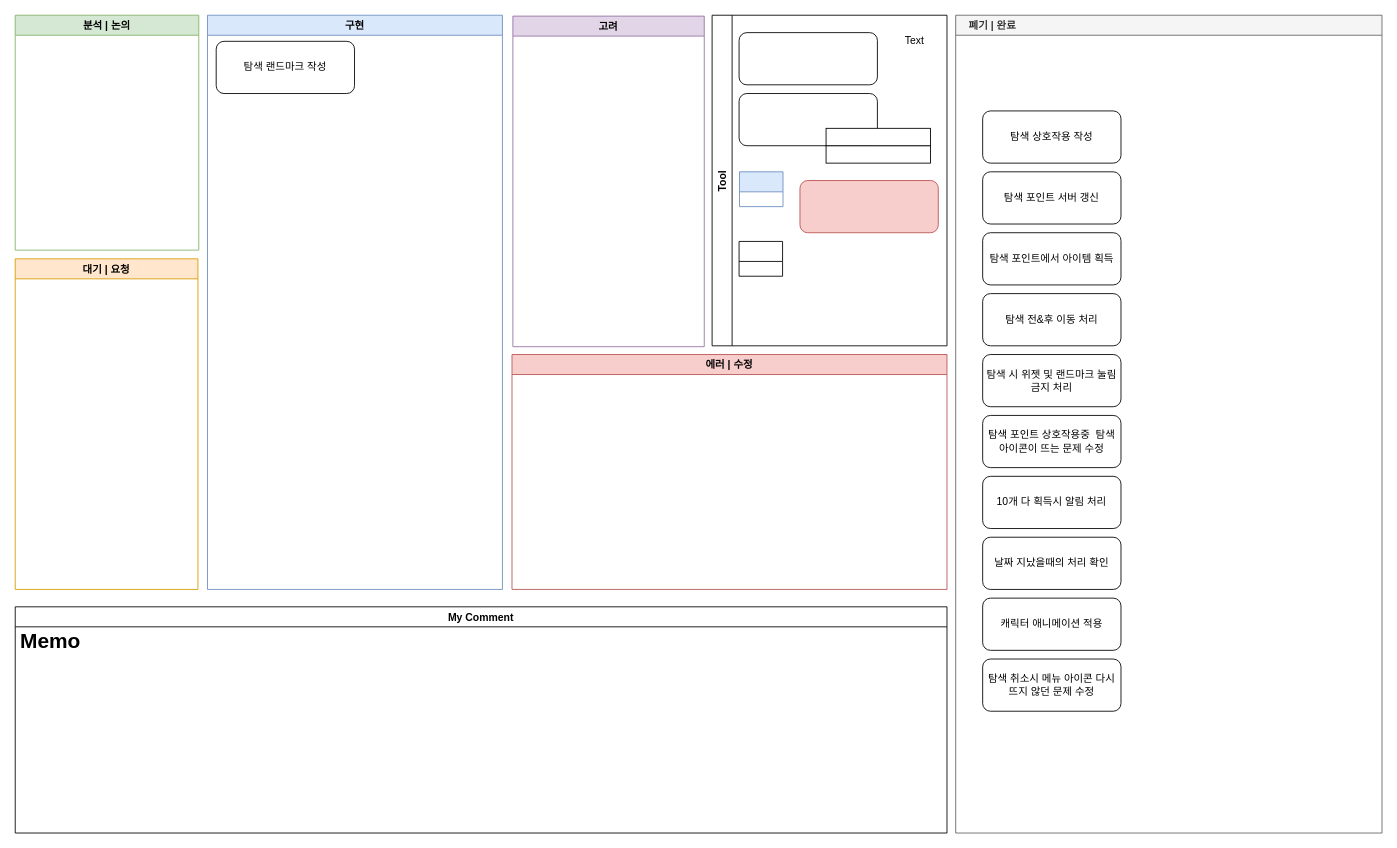
This is 던전 추천 마도사 진행상황.drawio from Endorr/Job-Board, a draw.io file, before an edit. Source tidied: cells renumbered, new cells numbered last; positions are measured from the earlier drawing's top-left corner, leaving out a move shared by most shapes. Both pictures are drawn from the tidied source at 87%, with x=0, y=0 at pixel (15, 15).
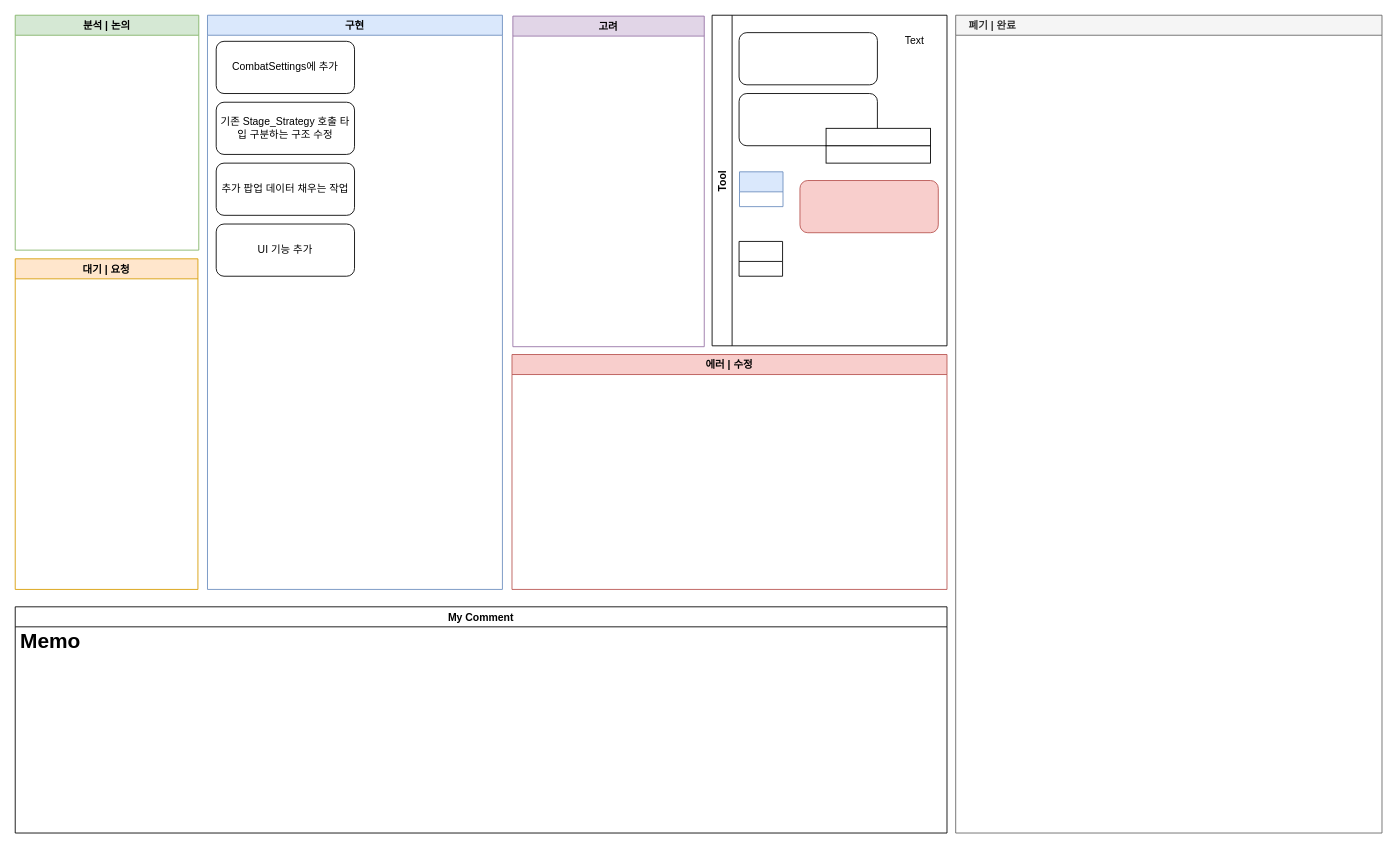
After the change.

Commit message:
던전 추천 마도사 진행상황.drawio 업데이트

The change refers to these unchanged cells:
```xml
<mxCell id="2" value="구현" style="swimlane;fillColor=#dae8fc;strokeColor=#6c8ebf;" parent="1" vertex="1">
  <mxGeometry x="221" width="339" height="660" as="geometry" />
</mxCell>
<mxCell id="8" value="    폐기 | 완료" style="swimlane;strokeColor=#666666;fillColor=#f5f5f5;fontColor=#333333;align=left;" parent="1" vertex="1">
  <mxGeometry x="1081" width="490" height="940" as="geometry" />
</mxCell>
```

What changed in the source:
```diff
@@
-    <mxCell id="3" value="탐색 랜드마크 작성" style="rounded=1;whiteSpace=wrap;html=1;" parent="2" vertex="1">
+    <mxCell id="3" value="CombatSettings에 추가" style="rounded=1;whiteSpace=wrap;html=1;" parent="2" vertex="1">
       <mxGeometry x="10" y="30" width="159" height="60" as="geometry" />
     </mxCell>
+    <mxCell id="31" value="기존 Stage_Strategy 호출 타입 구분하는 구조 수정" style="rounded=1;whiteSpace=wrap;html=1;" parent="2" vertex="1">
+      <mxGeometry x="10" y="100" width="159" height="60" as="geometry" />
+    </mxCell>
+    <mxCell id="32" value="추가 팝업 데이터 채우는 작업" style="rounded=1;whiteSpace=wrap;html=1;" parent="2" vertex="1">
+      <mxGeometry x="10" y="170" width="159" height="60" as="geometry" />
+    </mxCell>
+    <mxCell id="33" value="UI 기능 추가" style="rounded=1;whiteSpace=wrap;html=1;" parent="2" vertex="1">
+      <mxGeometry x="10" y="240" width="159" height="60" as="geometry" />
+    </mxCell>
@@
-    <mxCell id="9" value="탐색 상호작용 작성" style="rounded=1;whiteSpace=wrap;html=1;" parent="8" vertex="1">
-      <mxGeometry x="31" y="110" width="159" height="60" as="geometry" />
-    </mxCell>
-    <mxCell id="10" value="탐색 포인트 서버 갱신" style="rounded=1;whiteSpace=wrap;html=1;" parent="8" vertex="1">
-      <mxGeometry x="31" y="180" width="159" height="60" as="geometry" />
-    </mxCell>
-    <mxCell id="11" value="탐색 포인트에서 아이템 획득" style="rounded=1;whiteSpace=wrap;html=1;" parent="8" vertex="1">
-      <mxGeometry x="31" y="250" width="159" height="60" as="geometry" />
-    </mxCell>
-    <mxCell id="12" value="탐색 전&amp;amp;후 이동 처리" style="rounded=1;whiteSpace=wrap;html=1;" parent="8" vertex="1">
-      <mxGeometry x="31" y="320" width="159" height="60" as="geometry" />
-    </mxCell>
-    <mxCell id="13" value="탐색 시 위젯 및 랜드마크 눌림 금지 처리" style="rounded=1;whiteSpace=wrap;html=1;" parent="8" vertex="1">
-      <mxGeometry x="31" y="390" width="159" height="60" as="geometry" />
-    </mxCell>
-    <mxCell id="14" value="탐색 포인트 상호작용중&amp;nbsp; 탐색 아이콘이 뜨는 문제 수정" style="rounded=1;whiteSpace=wrap;html=1;" parent="8" vertex="1">
-      <mxGeometry x="31" y="460" width="159" height="60" as="geometry" />
-    </mxCell>
-    <mxCell id="15" value="10개 다 획득시 알림 처리" style="rounded=1;whiteSpace=wrap;html=1;" parent="8" vertex="1">
-      <mxGeometry x="31" y="530" width="159" height="60" as="geometry" />
-    </mxCell>
-    <mxCell id="16" value="날짜 지났을때의 처리 확인" style="rounded=1;whiteSpace=wrap;html=1;" parent="8" vertex="1">
-      <mxGeometry x="31" y="600" width="159" height="60" as="geometry" />
-    </mxCell>
-    <mxCell id="17" value="캐릭터 애니메이션 적용" style="rounded=1;whiteSpace=wrap;html=1;" parent="8" vertex="1">
-      <mxGeometry x="31" y="670" width="159" height="60" as="geometry" />
-    </mxCell>
-    <mxCell id="18" value="탐색 취소시 메뉴 아이콘 다시 뜨지 않던 문제 수정" style="rounded=1;whiteSpace=wrap;html=1;" parent="8" vertex="1">
-      <mxGeometry x="31" y="740" width="159" height="60" as="geometry" />
-    </mxCell>
```
